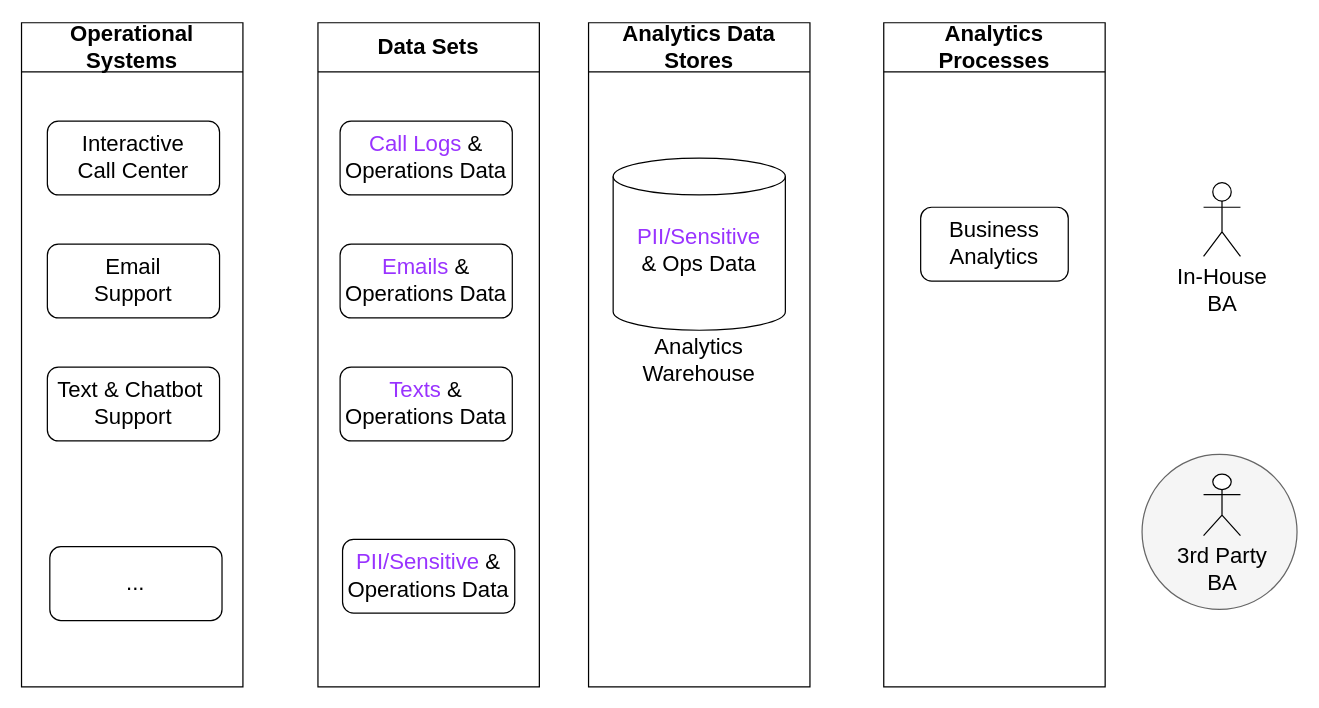
This is page "Current State" (3 of 12) of AB2 - early draft.drawio from fotoby/ab3, a draw.io file, before an edit. Source tidied: cells renumbered, new cells numbered last; positions are measured from the earlier drawing's top-left corner, leaving out a move shared by most shapes. Both pictures are drawn from the tidied source at 123%, with x=0, y=0 at pixel (21, 22).
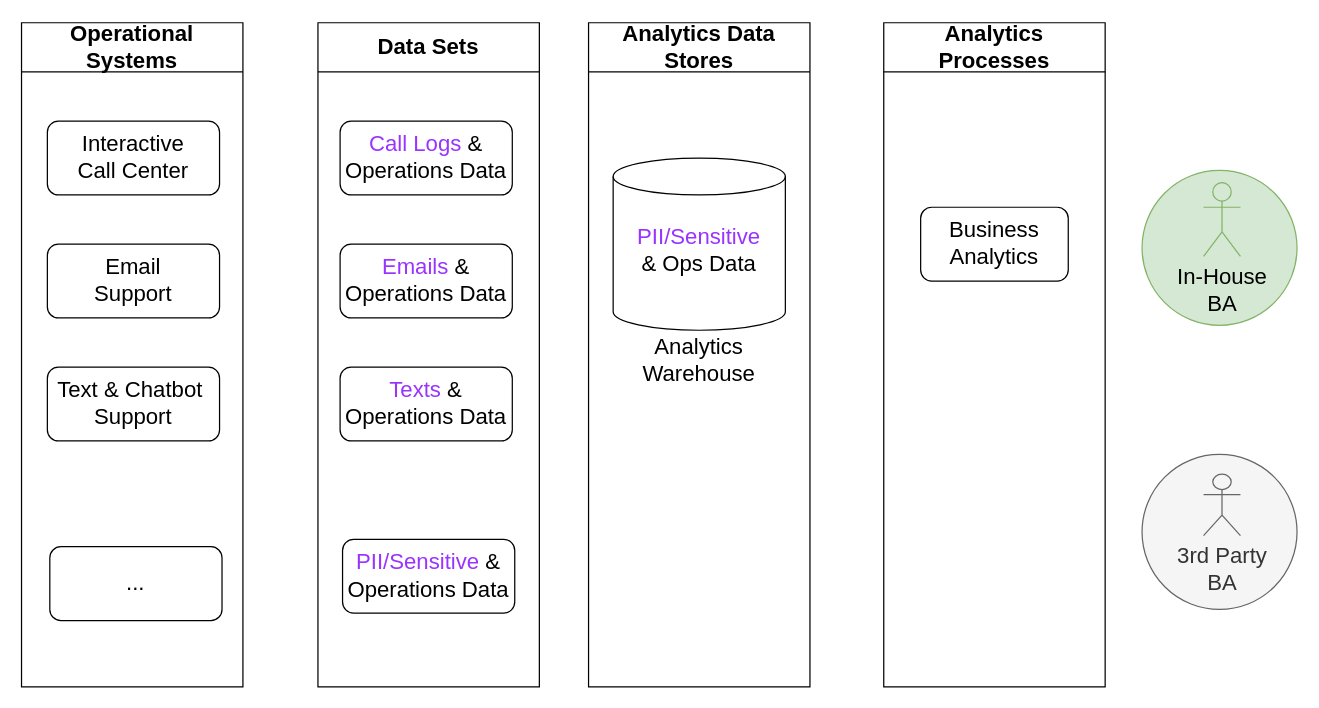
After the change.

What changed in the source:
```diff
@@
+    <mxCell id="21" style="ellipse;whiteSpace=wrap;html=1;shadow=0;labelBorderColor=none;strokeColor=#82b366;fontSize=18;fillColor=#d5e8d4;" parent="1" vertex="1">
+      <mxGeometry x="911" y="120" width="126" height="126" as="geometry" />
+    </mxCell>
@@
-    <mxCell id="11" value="In-House &lt;br&gt;BA" style="shape=umlActor;verticalLabelPosition=bottom;verticalAlign=top;html=1;shadow=0;strokeColor=default;fontSize=18;" parent="1" vertex="1">
+    <mxCell id="11" value="In-House &lt;br&gt;BA" style="shape=umlActor;verticalLabelPosition=bottom;verticalAlign=top;html=1;shadow=0;strokeColor=#82b366;fontSize=18;fillColor=#d5e8d4;" parent="1" vertex="1">
       <mxGeometry x="961" y="130" width="30" height="60" as="geometry" />
     </mxCell>
-    <mxCell id="12" value="3rd Party&lt;br&gt;BA" style="shape=umlActor;verticalLabelPosition=bottom;verticalAlign=top;html=1;shadow=0;strokeColor=default;fontSize=18;" parent="1" vertex="1">
+    <mxCell id="12" value="3rd Party&lt;br&gt;BA" style="shape=umlActor;verticalLabelPosition=bottom;verticalAlign=top;html=1;shadow=0;strokeColor=#666666;fontSize=18;fillColor=#f5f5f5;fontColor=#333333;" parent="1" vertex="1">
       <mxGeometry x="961" y="367" width="30" height="50" as="geometry" />
     </mxCell>
```
